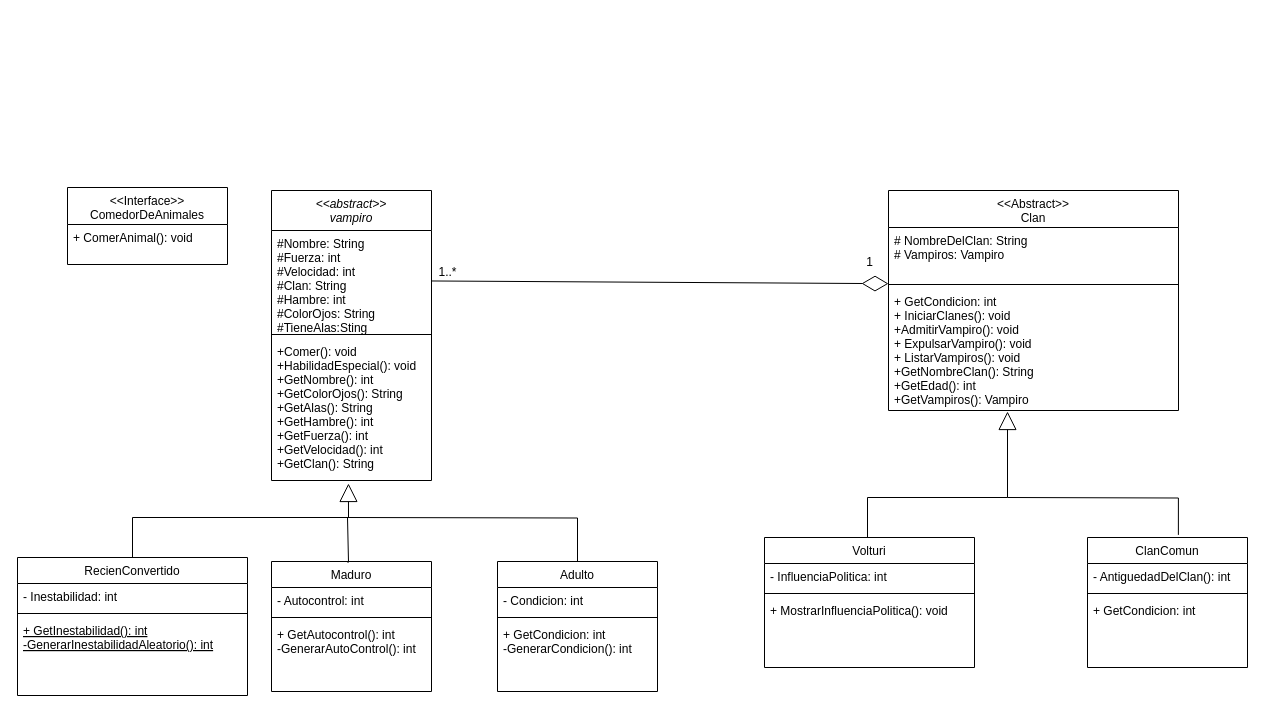
Before: UML del tp.drawio in valentin127/TP-POO-crepusculo, a draw.io diagram. Source tidied: cells renumbered, new cells numbered last; positions are measured from the earlier drawing's top-left corner, leaving out a move shared by most shapes. Both pictures are drawn from the tidied source at 100%, with x=0, y=0 at pixel (17, 187).
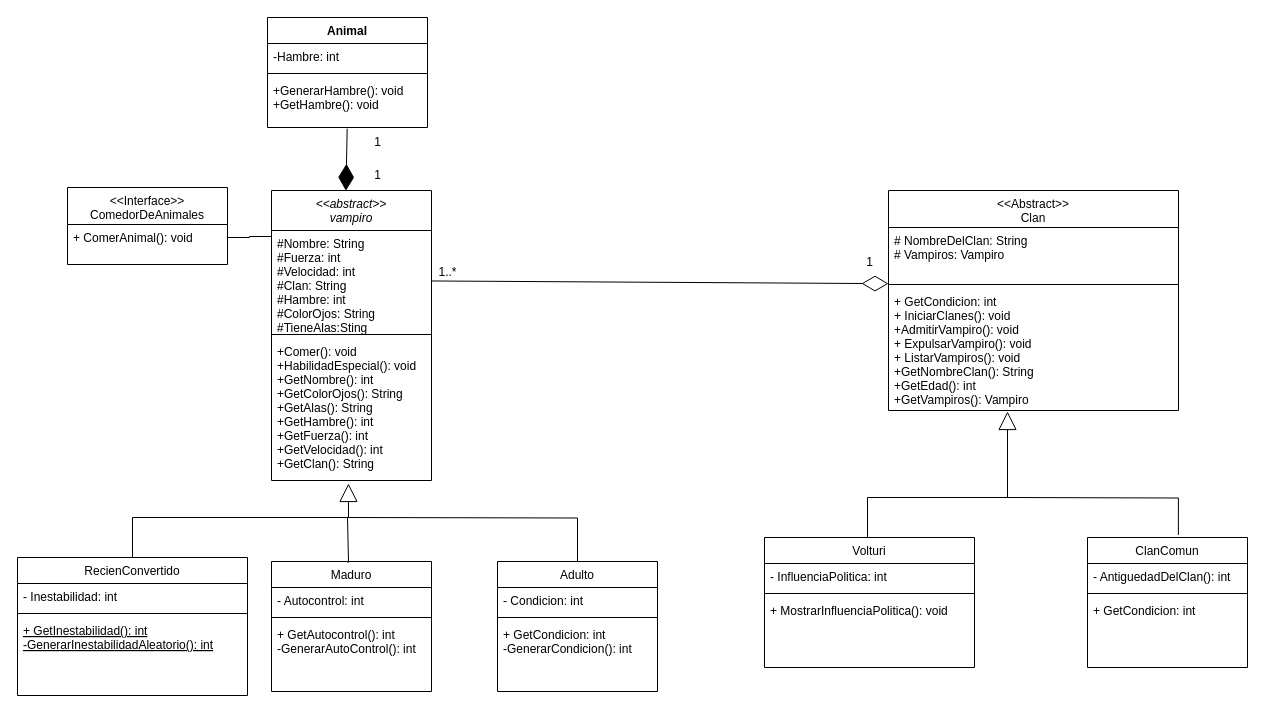
The same page after the edit.

Unchanged cells that the change refers to:
```xml
<mxCell id="2" value="&lt;&lt;abstract&gt;&gt;&#10;vampiro" style="swimlane;fontStyle=2;align=center;verticalAlign=top;horizontal=1;startSize=40;rounded=0;shadow=0;strokeWidth=1;" parent="1" vertex="1">
  <mxGeometry x="254" y="3" width="160" height="290" as="geometry" />
</mxCell>
<mxCell id="3" value="#Nombre: String&#10;#Fuerza: int&#10;#Velocidad: int&#10;#Clan: String&#10;#Hambre: int &#10;#ColorOjos: String&#10;#TieneAlas:Sting" style="text;align=left;verticalAlign=top;spacingLeft=4;spacingRight=4;overflow=hidden;points=[[0,0.5],[1,0.5]];portConstraint=eastwest;" parent="2" vertex="1">
  <mxGeometry y="40" width="160" height="100" as="geometry" />
</mxCell>
<mxCell id="15" value="+ ComerAnimal(): void" style="text;align=left;verticalAlign=top;spacingLeft=4;spacingRight=4;overflow=hidden;points=[[0,0.5],[1,0.5]];portConstraint=eastwest;" parent="14" vertex="1">
  <mxGeometry y="37" width="160" height="26" as="geometry" />
</mxCell>
```

What changed in the source:
```diff
@@
+    <mxCell id="40" value="Animal" style="swimlane;fontStyle=1;align=center;verticalAlign=top;horizontal=1;startSize=26;whiteSpace=wrap;html=1;" parent="1" vertex="1">
+      <mxGeometry x="250" y="-170" width="160" height="110" as="geometry" />
+    </mxCell>
+    <mxCell id="41" value="-Hambre: int" style="text;strokeColor=none;fillColor=none;align=left;verticalAlign=top;spacingLeft=4;spacingRight=4;overflow=hidden;whiteSpace=wrap;html=1;" parent="40" vertex="1">
+      <mxGeometry y="26" width="160" height="26" as="geometry" />
+    </mxCell>
+    <mxCell id="42" style="line;strokeWidth=1;fillColor=none;align=left;verticalAlign=middle;spacingTop=-1;spacingLeft=3;spacingRight=3;labelPosition=right;strokeColor=inherit;" parent="40" vertex="1">
+      <mxGeometry y="52" width="160" height="8" as="geometry" />
+    </mxCell>
+    <mxCell id="43" value="+GenerarHambre(): void&lt;div&gt;+GetHambre(): void&lt;/div&gt;" style="text;strokeColor=none;fillColor=none;align=left;verticalAlign=top;spacingLeft=4;spacingRight=4;overflow=hidden;points=[[0,0.5],[1,0.5]];portConstraint=eastwest;whiteSpace=wrap;html=1;" parent="40" vertex="1">
+      <mxGeometry y="60" width="160" height="50" as="geometry" />
+    </mxCell>
+    <mxCell id="44" style="endArrow=diamondThin;endFill=1;endSize=24;html=1;rounded=0;entryX=0.465;entryY=0.001;entryDx=0;entryDy=0;entryPerimeter=0;exitX=0.498;exitY=1.025;exitDx=0;exitDy=0;exitPerimeter=0;" parent="1" edge="1" source="43" target="2">
+      <mxGeometry relative="1" as="geometry" />
+    </mxCell>
+    <mxCell id="45" style="endArrow=none;html=1;edgeStyle=orthogonalEdgeStyle;rounded=0;exitX=1;exitY=0.5;exitDx=0;exitDy=0;entryX=-0.003;entryY=0.06;entryDx=0;entryDy=0;entryPerimeter=0;" parent="1" edge="1" source="15" target="3">
+      <mxGeometry relative="1" as="geometry" />
+    </mxCell>
+    <mxCell id="46" value="1" style="text;html=1;align=center;verticalAlign=middle;strokeColor=none;fillColor=none;" parent="1" vertex="1">
+      <mxGeometry x="345" y="-60" width="30" height="30" as="geometry" />
+    </mxCell>
+    <mxCell id="47" value="1" style="text;html=1;align=center;verticalAlign=middle;strokeColor=none;fillColor=none;" parent="1" vertex="1">
+      <mxGeometry x="345" y="-27" width="30" height="30" as="geometry" />
+    </mxCell>
```
